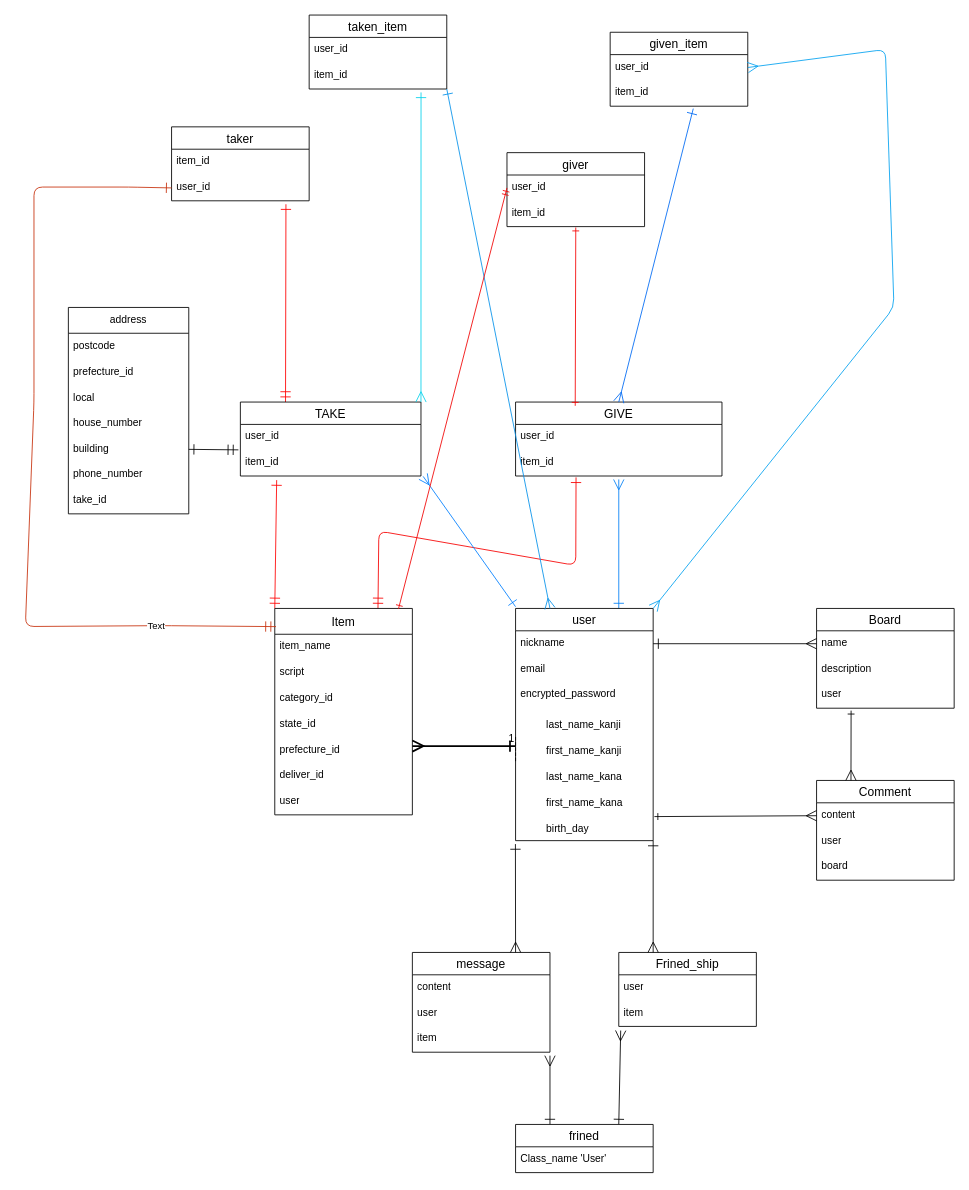
The draw.io diagram katarine.dio in Tomoki-Fukasawa/KATARINE, before the edit. Source tidied: cells renumbered, new cells numbered last; positions are measured from the earlier drawing's top-left corner, leaving out a move shared by most shapes. Both pictures are drawn from the tidied source at 86%, with x=0, y=0 at pixel (25, 15).
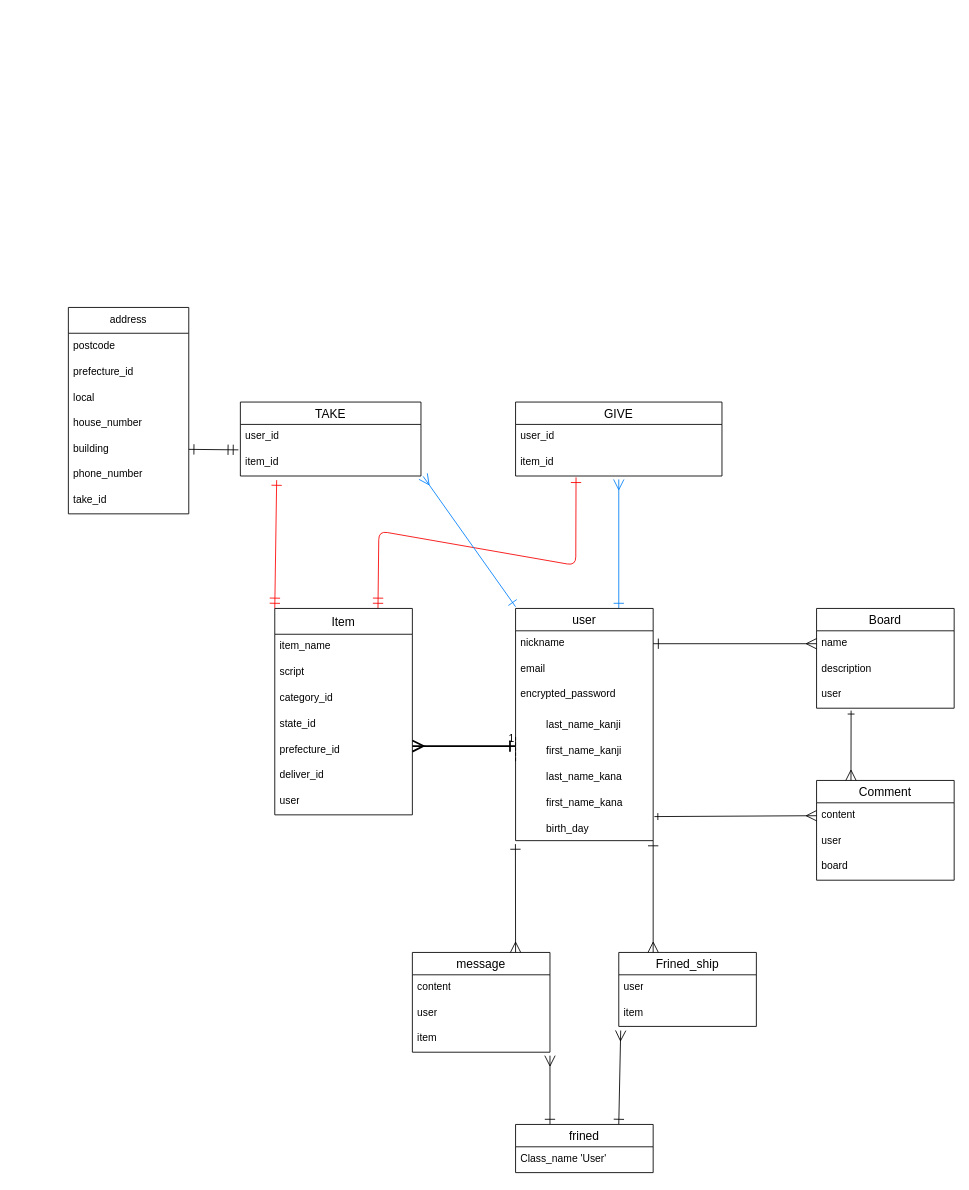
The same page after the edit.

The change refers to these unchanged cells:
```xml
<mxCell id="3" value="user" style="swimlane;fontStyle=0;horizontal=1;startSize=26;align=center;fontSize=14;" parent="1" vertex="1">
  <mxGeometry x="570" y="690" width="160" height="270" as="geometry" />
</mxCell>
<mxCell id="23" value="Item" style="swimlane;fontStyle=0;horizontal=1;startSize=30;align=center;fontSize=14;direction=east;" parent="1" vertex="1">
  <mxGeometry x="290" y="690" width="160" height="240" as="geometry" />
</mxCell>
<mxCell id="47" value="TAKE" style="swimlane;fontStyle=0;horizontal=1;startSize=26;align=center;fontSize=14;" parent="1" vertex="1">
  <mxGeometry x="250" y="450" width="210" height="86" as="geometry" />
</mxCell>
<mxCell id="50" value="GIVE" style="swimlane;fontStyle=0;horizontal=1;startSize=26;align=center;fontSize=14;" parent="1" vertex="1">
  <mxGeometry x="570" y="450" width="240" height="86" as="geometry" />
</mxCell>
```

The edit, as a diff of the source:
```diff
@@
-    <mxCell id="46" style="edgeStyle=none;html=1;exitX=0.25;exitY=0;exitDx=0;exitDy=0;endArrow=ERone;endFill=0;startArrow=ERmandOne;startFill=0;endSize=10;startSize=10;targetPerimeterSpacing=4;sourcePerimeterSpacing=4;strokeColor=light-dark(#ff0000, #ededed);" parent="1" edge="1" source="47">
-      <mxGeometry relative="1" as="geometry">
-        <mxPoint x="303" y="220" as="targetPoint" />
-      </mxGeometry>
-    </mxCell>
@@
-    <mxCell id="55" value="given_item" style="swimlane;fontStyle=0;horizontal=1;startSize=26;align=center;fontSize=14;" parent="1" vertex="1">
-      <mxGeometry x="680" y="20" width="160" height="86" as="geometry" />
-    </mxCell>
-    <mxCell id="56" value="user_id" style="text;strokeColor=none;fillColor=none;spacingLeft=4;spacingRight=4;overflow=hidden;points=[[0,0.5],[1,0.5]];portConstraint=eastwest;fontSize=12;whiteSpace=wrap;html=1;" parent="55" vertex="1">
-      <mxGeometry y="26" width="160" height="30" as="geometry" />
-    </mxCell>
-    <mxCell id="57" value="item_id" style="text;strokeColor=none;fillColor=none;spacingLeft=4;spacingRight=4;overflow=hidden;points=[[0,0.5],[1,0.5]];portConstraint=eastwest;fontSize=12;whiteSpace=wrap;html=1;" parent="55" vertex="1">
-      <mxGeometry y="56" width="160" height="30" as="geometry" />
-    </mxCell>
-    <mxCell id="58" value="giver" style="swimlane;fontStyle=0;horizontal=1;startSize=26;align=center;fontSize=14;" parent="1" vertex="1">
-      <mxGeometry x="560" y="160" width="160" height="86" as="geometry" />
-    </mxCell>
-    <mxCell id="59" value="user_id" style="text;strokeColor=none;fillColor=none;spacingLeft=4;spacingRight=4;overflow=hidden;points=[[0,0.5],[1,0.5]];portConstraint=eastwest;fontSize=12;whiteSpace=wrap;html=1;" parent="58" vertex="1">
-      <mxGeometry y="26" width="160" height="30" as="geometry" />
-    </mxCell>
-    <mxCell id="60" value="item_id" style="text;strokeColor=none;fillColor=none;spacingLeft=4;spacingRight=4;overflow=hidden;fontSize=12;whiteSpace=wrap;html=1;" parent="58" vertex="1">
-      <mxGeometry y="56" width="160" height="30" as="geometry" />
-    </mxCell>
-    <mxCell id="61" value="taken_item" style="swimlane;fontStyle=0;horizontal=1;startSize=26;align=center;fontSize=14;" parent="1" vertex="1">
-      <mxGeometry x="330" width="160" height="86" as="geometry" />
-    </mxCell>
-    <mxCell id="62" value="user_id" style="text;strokeColor=none;fillColor=none;spacingLeft=4;spacingRight=4;overflow=hidden;fontSize=12;whiteSpace=wrap;html=1;" parent="61" vertex="1">
-      <mxGeometry y="26" width="160" height="30" as="geometry" />
-    </mxCell>
-    <mxCell id="63" value="item_id" style="text;strokeColor=none;fillColor=none;spacingLeft=4;spacingRight=4;overflow=hidden;points=[[0,0.5],[1,0.5]];portConstraint=eastwest;fontSize=12;whiteSpace=wrap;html=1;" parent="61" vertex="1">
-      <mxGeometry y="56" width="160" height="30" as="geometry" />
-    </mxCell>
-    <mxCell id="64" value="taker" style="swimlane;fontStyle=0;horizontal=1;startSize=26;align=center;fontSize=14;" parent="1" vertex="1">
-      <mxGeometry x="170" y="130" width="160" height="86" as="geometry" />
-    </mxCell>
-    <mxCell id="65" value="item_id" style="text;strokeColor=none;fillColor=none;spacingLeft=4;spacingRight=4;overflow=hidden;fontSize=12;whiteSpace=wrap;html=1;" parent="64" vertex="1">
-      <mxGeometry y="26" width="160" height="30" as="geometry" />
-    </mxCell>
-    <mxCell id="66" value="user_id" style="text;strokeColor=none;fillColor=none;spacingLeft=4;spacingRight=4;overflow=hidden;points=[[0,0.5],[1,0.5]];portConstraint=eastwest;fontSize=12;whiteSpace=wrap;html=1;" parent="64" vertex="1">
-      <mxGeometry y="56" width="160" height="30" as="geometry" />
-    </mxCell>
@@
-    <mxCell id="72" style="edgeStyle=none;html=1;exitX=0.5;exitY=0;exitDx=0;exitDy=0;entryX=0.604;entryY=1.093;entryDx=0;entryDy=0;entryPerimeter=0;endArrow=ERone;endFill=0;startArrow=ERmany;startFill=0;endSize=10;startSize=10;sourcePerimeterSpacing=4;targetPerimeterSpacing=4;strokeColor=light-dark(#016af4, #ededed);" parent="1" edge="1" source="50" target="57">
-      <mxGeometry relative="1" as="geometry" />
-    </mxCell>
-    <mxCell id="73" style="edgeStyle=none;html=1;exitX=1;exitY=0.5;exitDx=0;exitDy=0;entryX=1;entryY=0;entryDx=0;entryDy=0;endArrow=ERmany;endFill=0;endSize=10;startSize=10;startArrow=ERmany;startFill=0;targetPerimeterSpacing=4;sourcePerimeterSpacing=4;strokeColor=light-dark(#05a2f0, #ededed);" parent="1" edge="1" source="56" target="3">
-      <mxGeometry relative="1" as="geometry">
-        <Array as="points">
-          <mxPoint x="1000" y="40" />
-          <mxPoint x="1010" y="340" />
-        </Array>
-      </mxGeometry>
-    </mxCell>
@@
-    <mxCell id="75" style="edgeStyle=none;html=1;exitX=1;exitY=0;exitDx=0;exitDy=0;entryX=0.813;entryY=1.133;entryDx=0;entryDy=0;entryPerimeter=0;endArrow=ERone;endFill=0;startArrow=ERmany;startFill=0;endSize=10;startSize=10;sourcePerimeterSpacing=4;targetPerimeterSpacing=4;strokeColor=light-dark(#09d2ec, #ededed);" parent="1" edge="1" source="47" target="63">
-      <mxGeometry relative="1" as="geometry" />
-    </mxCell>
-    <mxCell id="76" style="edgeStyle=none;html=1;exitX=1;exitY=0.5;exitDx=0;exitDy=0;entryX=0.25;entryY=0;entryDx=0;entryDy=0;endSize=10;startSize=10;endArrow=ERmany;endFill=0;startArrow=ERone;startFill=0;targetPerimeterSpacing=4;sourcePerimeterSpacing=4;strokeColor=light-dark(#0692ea, #ededed);" parent="1" edge="1" target="3">
-      <mxGeometry relative="1" as="geometry">
-        <mxPoint x="490" y="86" as="sourcePoint" />
-      </mxGeometry>
-    </mxCell>
-    <mxCell id="77" style="edgeStyle=none;html=1;exitX=0;exitY=0.5;exitDx=0;exitDy=0;entryX=0.009;entryY=0.088;entryDx=0;entryDy=0;entryPerimeter=0;endArrow=ERmandOne;endFill=0;startArrow=ERone;startFill=0;endSize=10;startSize=10;targetPerimeterSpacing=4;sourcePerimeterSpacing=4;strokeColor=light-dark(#c8330e, #ededed);" parent="1" edge="1" source="66" target="23">
-      <mxGeometry relative="1" as="geometry">
-        <Array as="points">
-          <mxPoint x="120" y="200" />
-          <mxPoint x="10" y="200" />
-          <mxPoint x="10" y="450" />
-          <mxPoint y="711" />
-          <mxPoint x="160" y="710" />
-        </Array>
-      </mxGeometry>
-    </mxCell>
-    <mxCell id="78" value="Text" style="edgeLabel;html=1;align=center;verticalAlign=middle;" parent="77" vertex="1">
-      <mxGeometry x="0.71" y="1" relative="1" as="geometry" />
-    </mxCell>
-    <mxCell id="79" style="edgeStyle=none;html=1;exitX=0.289;exitY=0.051;exitDx=0;exitDy=0;endArrow=ERone;endFill=0;startArrow=ERone;startFill=0;strokeColor=light-dark(#f50505, #ededed);exitPerimeter=0;" parent="1" edge="1" source="50">
-      <mxGeometry relative="1" as="geometry">
-        <mxPoint x="640" y="247" as="targetPoint" />
-      </mxGeometry>
-    </mxCell>
-    <mxCell id="80" style="edgeStyle=none;html=1;exitX=0;exitY=0.5;exitDx=0;exitDy=0;entryX=0.899;entryY=0.002;entryDx=0;entryDy=0;entryPerimeter=0;startArrow=ERmandOne;startFill=0;endArrow=ERone;endFill=0;strokeColor=light-dark(#f10404, #ededed);" parent="1" edge="1" source="59" target="23">
-      <mxGeometry relative="1" as="geometry" />
-    </mxCell>
```
